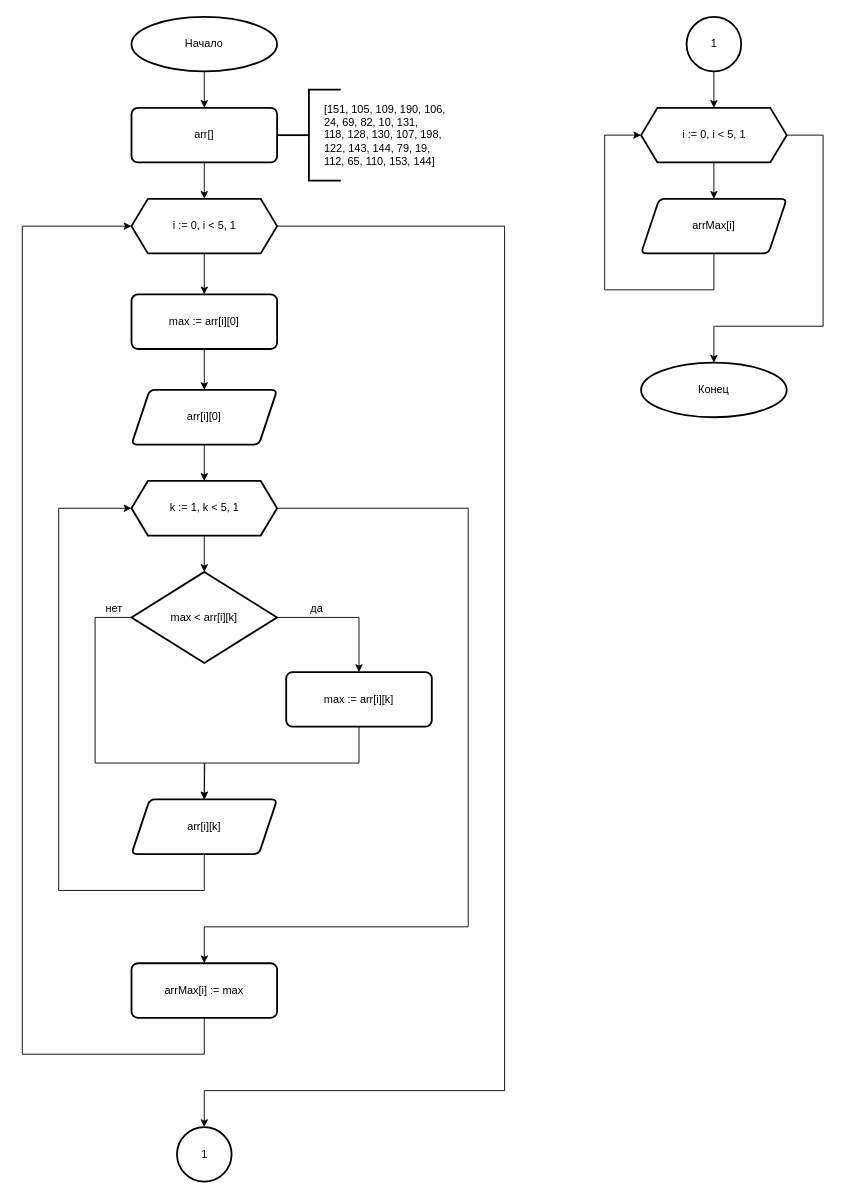
andreyAmaterasu/asm keeps this draw.io diagram as practice2019/Task1/task1.drawio. Above is the earlier version. Source tidied: cells renumbered, new cells numbered last; positions are measured from the earlier drawing's top-left corner, leaving out a move shared by most shapes. Both pictures are drawn from the tidied source at 91%, with x=0, y=0 at pixel (22, 16).
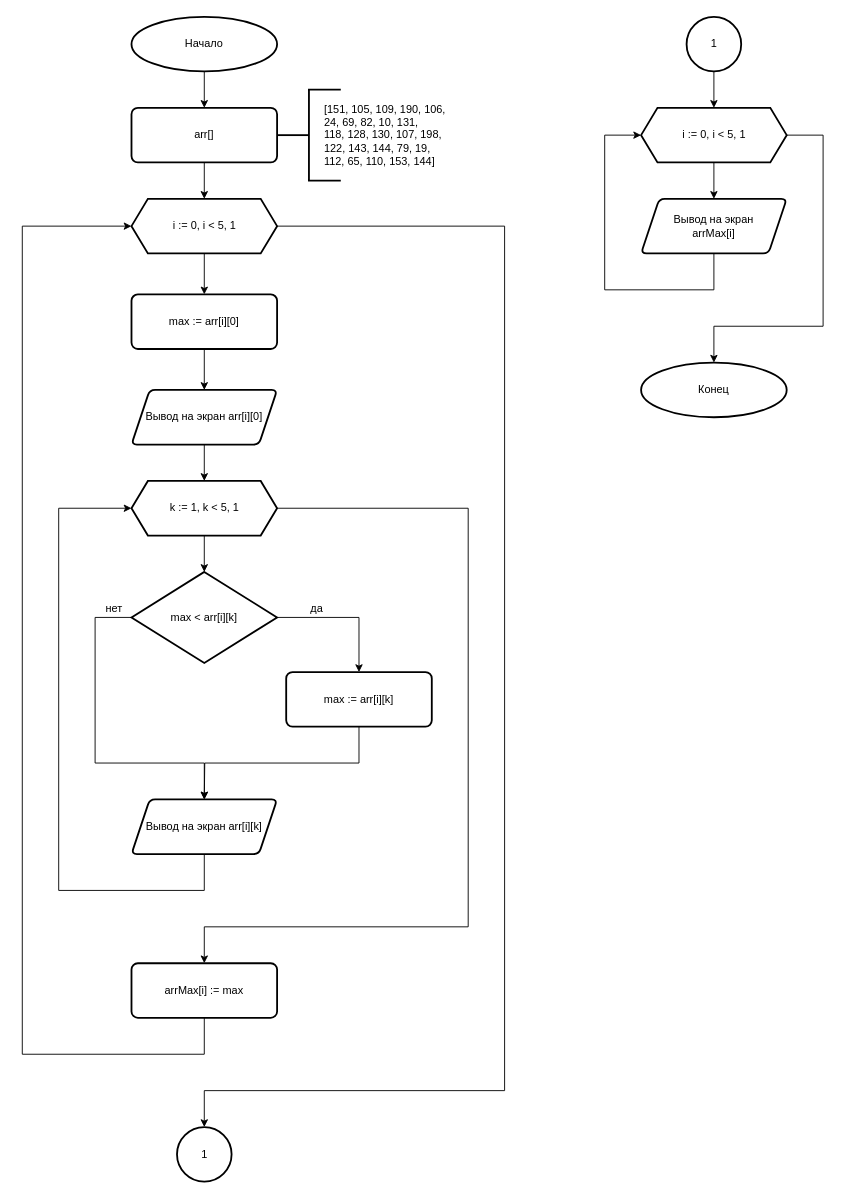
The same diagram, later.

Change to the diagram source:
```diff
@@
-    <mxCell id="27" value="arr[i][0]" style="verticalLabelPosition=middle;verticalAlign=middle;html=1;strokeWidth=2;shape=parallelogram;perimeter=parallelogramPerimeter;whiteSpace=wrap;rounded=1;arcSize=12;size=0.125;labelPosition=center;align=center;" parent="1" vertex="1">
+    <mxCell id="27" value="Вывод на экран arr[i][0]" style="verticalLabelPosition=middle;verticalAlign=middle;html=1;strokeWidth=2;shape=parallelogram;perimeter=parallelogramPerimeter;whiteSpace=wrap;rounded=1;arcSize=12;size=0.125;labelPosition=center;align=center;" parent="1" vertex="1">
       <mxGeometry x="120" y="410" width="160" height="60" as="geometry" />
     </mxCell>
@@
-    <mxCell id="32" value="arr[i][k]" style="verticalLabelPosition=middle;verticalAlign=middle;html=1;strokeWidth=2;shape=parallelogram;perimeter=parallelogramPerimeter;whiteSpace=wrap;rounded=1;arcSize=12;size=0.125;labelPosition=center;align=center;" parent="1" vertex="1">
+    <mxCell id="32" value="Вывод на экран arr[i][k]" style="verticalLabelPosition=middle;verticalAlign=middle;html=1;strokeWidth=2;shape=parallelogram;perimeter=parallelogramPerimeter;whiteSpace=wrap;rounded=1;arcSize=12;size=0.125;labelPosition=center;align=center;" parent="1" vertex="1">
       <mxGeometry x="120" y="860" width="160" height="60" as="geometry" />
     </mxCell>
@@
-    <mxCell id="34" value="arrMax[i]" style="verticalLabelPosition=middle;verticalAlign=middle;html=1;strokeWidth=2;shape=parallelogram;perimeter=parallelogramPerimeter;whiteSpace=wrap;rounded=1;arcSize=12;size=0.125;labelPosition=center;align=center;" parent="1" vertex="1">
+    <mxCell id="34" value="Вывод на экран &lt;br&gt;arrMax[i]" style="verticalLabelPosition=middle;verticalAlign=middle;html=1;strokeWidth=2;shape=parallelogram;perimeter=parallelogramPerimeter;whiteSpace=wrap;rounded=1;arcSize=12;size=0.125;labelPosition=center;align=center;" parent="1" vertex="1">
       <mxGeometry x="680" y="200" width="160" height="60" as="geometry" />
     </mxCell>
```
